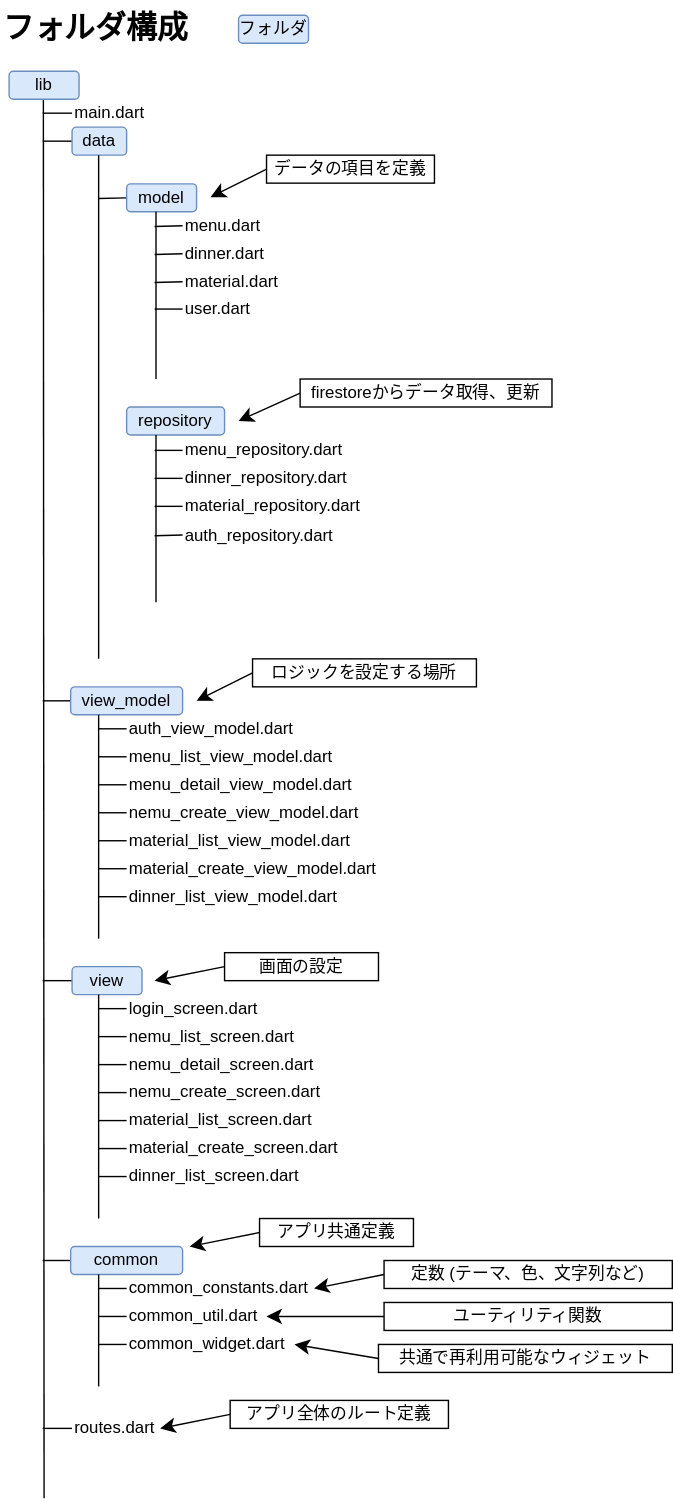
This is フォルダ構成.drawio.svg from maki1125/menu, a draw.io export, as it was before one commit. Source tidied: cells renumbered, new cells last; positions are measured from the earlier drawing's top-left corner, leaving out a move shared by most shapes.
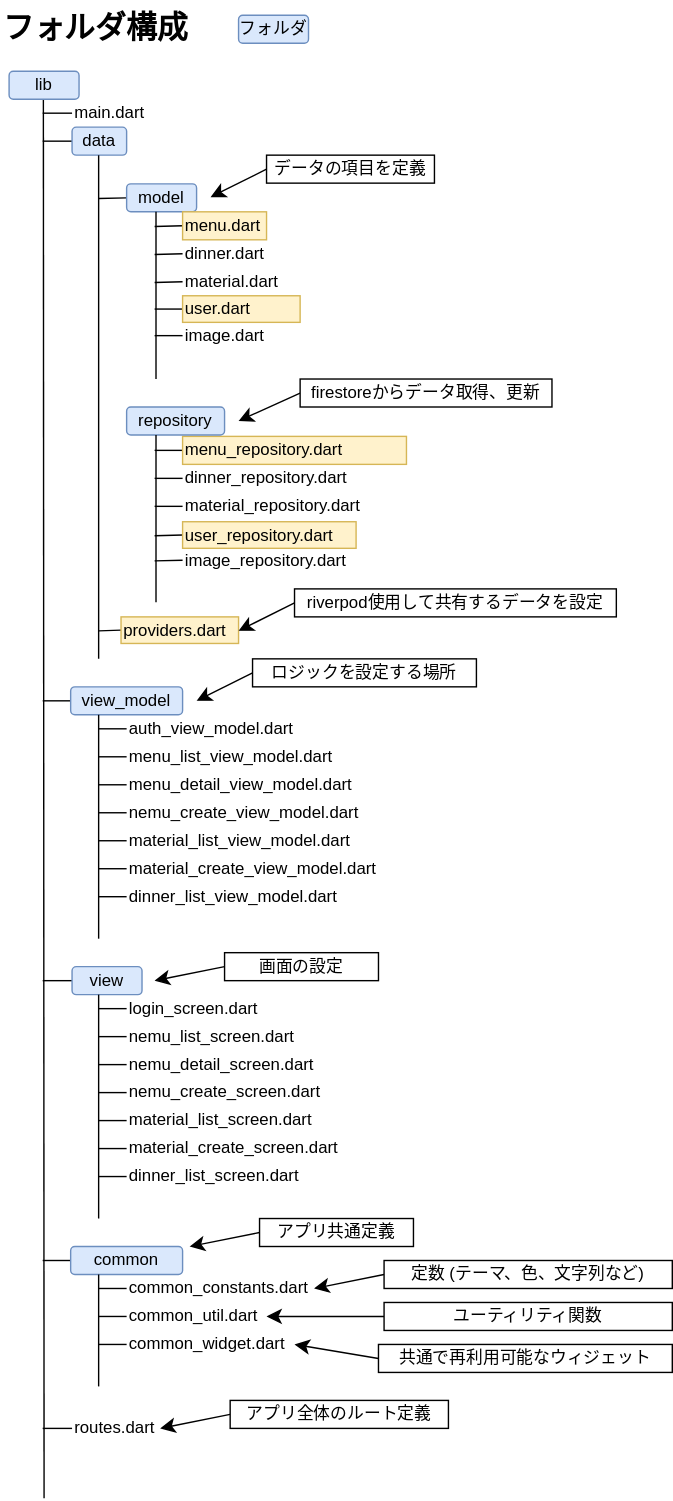
The same file after the commit.

Commit message:
フォルダ構成.drawio.svg を更新します

The edit, as a diff of the source:
```diff
@@ -51,7 +51,7 @@
         <mxPoint x="110" y="161" as="targetPoint" />
       </mxGeometry>
     </mxCell>
-    <mxCell id="14" value="menu.dart" style="text;html=1;align=left;verticalAlign=middle;whiteSpace=wrap;rounded=0;" parent="1" vertex="1">
+    <mxCell id="14" value="menu.dart" style="text;html=1;align=left;verticalAlign=middle;whiteSpace=wrap;rounded=0;fillColor=#fff2cc;strokeColor=#d6b656;" parent="1" vertex="1">
       <mxGeometry x="130" y="150.5" width="60" height="20" as="geometry" />
     </mxCell>
     <mxCell id="15" style="edgeStyle=none;curved=1;rounded=0;jettySize=auto;html=1;exitX=0;exitY=0.5;exitDx=0;exitDy=0;fontSize=12;startSize=8;endSize=8;endArrow=none;endFill=0;" parent="1" edge="1" source="16">
@@ -139,7 +139,7 @@
         <mxPoint x="110" y="321" as="targetPoint" />
       </mxGeometry>
     </mxCell>
-    <mxCell id="36" value="menu_repository.dart" style="text;html=1;align=left;verticalAlign=middle;whiteSpace=wrap;rounded=0;" parent="1" vertex="1">
+    <mxCell id="36" value="menu_repository.dart" style="text;html=1;align=left;verticalAlign=middle;whiteSpace=wrap;rounded=0;fillColor=#fff2cc;strokeColor=#d6b656;" parent="1" vertex="1">
       <mxGeometry x="130" y="311" width="160" height="20" as="geometry" />
     </mxCell>
     <mxCell id="37" style="edgeStyle=none;curved=1;rounded=0;jettySize=auto;html=1;exitX=0;exitY=0.5;exitDx=0;exitDy=0;fontSize=12;startSize=8;endSize=8;endArrow=none;endFill=0;" parent="1" edge="1" source="38">
@@ -198,7 +198,7 @@
         <mxPoint x="110" y="382" as="targetPoint" />
       </mxGeometry>
     </mxCell>
-    <mxCell id="51" value="auth_repository.dart" style="text;html=1;align=left;verticalAlign=middle;whiteSpace=wrap;rounded=0;" parent="1" vertex="1">
+    <mxCell id="51" value="user_repository.dart" style="text;html=1;align=left;verticalAlign=middle;whiteSpace=wrap;rounded=0;fillColor=#fff2cc;strokeColor=#d6b656;" parent="1" vertex="1">
       <mxGeometry x="130" y="372" width="124" height="19" as="geometry" />
     </mxCell>
     <mxCell id="52" style="edgeStyle=none;curved=1;rounded=0;jettySize=auto;html=1;exitX=0;exitY=0.5;exitDx=0;exitDy=0;fontSize=12;startSize=8;endSize=8;endArrow=none;endFill=0;" parent="1" edge="1" source="53">
@@ -214,7 +214,7 @@
         <mxPoint x="110" y="220" as="targetPoint" />
       </mxGeometry>
     </mxCell>
-    <mxCell id="55" value="user.dart" style="text;html=1;align=left;verticalAlign=middle;whiteSpace=wrap;rounded=0;" parent="1" vertex="1">
+    <mxCell id="55" value="user.dart" style="text;html=1;align=left;verticalAlign=middle;whiteSpace=wrap;rounded=0;fillColor=#fff2cc;strokeColor=#d6b656;" parent="1" vertex="1">
       <mxGeometry x="130" y="210.5" width="84" height="19" as="geometry" />
     </mxCell>
     <mxCell id="56" style="edgeStyle=none;curved=1;rounded=0;jettySize=auto;html=1;exitX=0;exitY=0.5;exitDx=0;exitDy=0;fontSize=12;startSize=8;endSize=8;endArrow=none;endFill=0;" parent="1" edge="1" source="57">
@@ -382,5 +382,37 @@
     <mxCell id="94" value="フォルダ構成" style="text;html=1;align=left;verticalAlign=middle;whiteSpace=wrap;rounded=0;fontStyle=1;fontSize=22;" parent="1" vertex="1">
       <mxGeometry width="180" height="40" as="geometry" />
     </mxCell>
+    <mxCell id="95" style="edgeStyle=none;curved=1;rounded=0;jettySize=auto;html=1;exitX=0;exitY=0.5;exitDx=0;exitDy=0;fontSize=12;startSize=8;endSize=8;endArrow=none;endFill=0;" parent="1" edge="1" source="96">
+      <mxGeometry relative="1" as="geometry">
+        <mxPoint x="70" y="450" as="targetPoint" />
+      </mxGeometry>
+    </mxCell>
+    <mxCell id="96" value="providers.dart" style="text;html=1;align=left;verticalAlign=middle;whiteSpace=wrap;rounded=0;fillColor=#fff2cc;strokeColor=#d6b656;" parent="1" vertex="1">
+      <mxGeometry x="86" y="440" width="84" height="19" as="geometry" />
+    </mxCell>
+    <mxCell id="97" style="edgeStyle=none;curved=1;rounded=0;jettySize=auto;html=1;exitX=0;exitY=0.5;exitDx=0;exitDy=0;fontSize=12;startSize=8;endSize=8;" parent="1" edge="1" source="98">
+      <mxGeometry relative="1" as="geometry">
+        <mxPoint x="170" y="450" as="targetPoint" />
+      </mxGeometry>
+    </mxCell>
+    <mxCell id="98" value="riverpod使用して共有するデータを設定" style="rounded=0;whiteSpace=wrap;html=1;" parent="1" vertex="1">
+      <mxGeometry x="210" y="420" width="230" height="20" as="geometry" />
+    </mxCell>
+    <mxCell id="99" style="edgeStyle=none;curved=1;rounded=0;jettySize=auto;html=1;exitX=0;exitY=0.5;exitDx=0;exitDy=0;fontSize=12;startSize=8;endSize=8;endArrow=none;endFill=0;" parent="1" edge="1" source="100">
+      <mxGeometry relative="1" as="geometry">
+        <mxPoint x="110" y="239" as="targetPoint" />
+      </mxGeometry>
+    </mxCell>
+    <mxCell id="100" value="image.dart" style="text;html=1;align=left;verticalAlign=middle;whiteSpace=wrap;rounded=0;" parent="1" vertex="1">
+      <mxGeometry x="130" y="229.5" width="84" height="19" as="geometry" />
+    </mxCell>
+    <mxCell id="101" style="edgeStyle=none;curved=1;rounded=0;jettySize=auto;html=1;exitX=0;exitY=0.5;exitDx=0;exitDy=0;fontSize=12;startSize=8;endSize=8;endArrow=none;endFill=0;" parent="1" edge="1" source="102">
+      <mxGeometry relative="1" as="geometry">
+        <mxPoint x="110" y="400" as="targetPoint" />
+      </mxGeometry>
+    </mxCell>
+    <mxCell id="102" value="image_repository.dart" style="text;html=1;align=left;verticalAlign=middle;whiteSpace=wrap;rounded=0;" parent="1" vertex="1">
+      <mxGeometry x="130" y="390" width="124" height="19" as="geometry" />
+    </mxCell>
   </root>
 </mxGraphModel>
```
